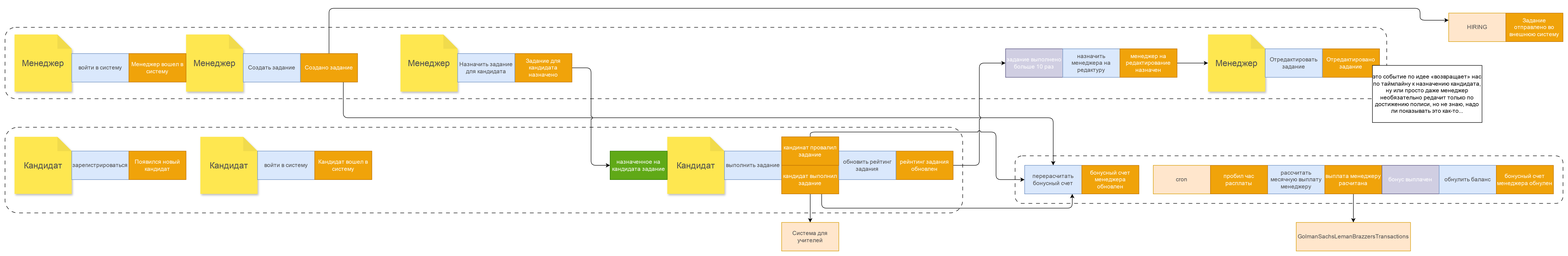
teddybear/course_system_communications keeps this draw.io diagram as 1/es1.drawio.png. Above is the earlier version. Source tidied: cells renumbered, new cells last; positions are measured from the earlier drawing's top-left corner, leaving out a move shared by most shapes.
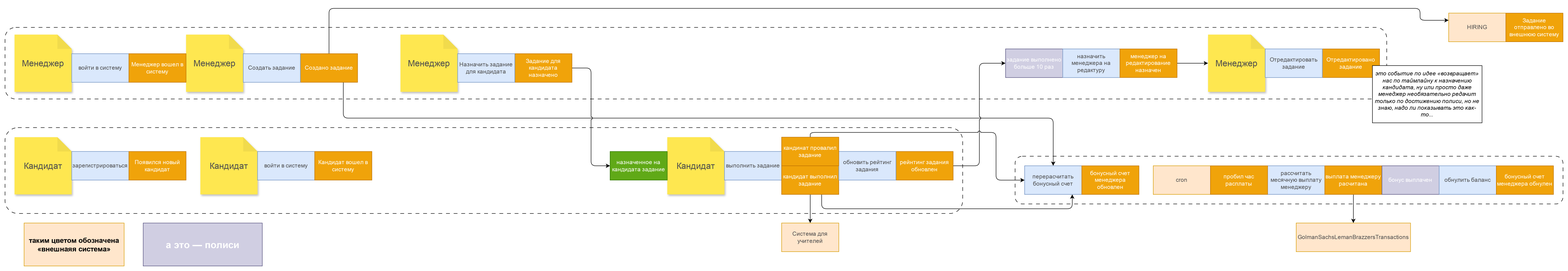
The same diagram one commit later.

The edit, as a diff of the source:
```diff
@@ -171,7 +171,7 @@
     <mxCell id="50" value="кандинат провалил задание" style="rounded=0;whiteSpace=wrap;html=1;fillColor=#f0a30a;strokeColor=#BD7000;fontColor=#ffffff;" parent="1" vertex="1">
       <mxGeometry x="1630" y="270" width="120" height="60" as="geometry" />
     </mxCell>
-    <mxCell id="51" value="это событие по идее «возвращает» нас по таймлайну к назначению кандидата, ну или просто даже менеджер необязательно редачит только по достижению полиси, но не знаю, надо ли показывать это как-то..." style="rounded=0;whiteSpace=wrap;html=1;" parent="1" vertex="1">
+    <mxCell id="51" value="&lt;i&gt;это событие по идее «возвращает» нас по таймлайну к назначению кандидата, ну или просто даже менеджер необязательно редачит только по достижению полиси, но не знаю, надо ли показывать это как-то...&lt;/i&gt;" style="rounded=0;whiteSpace=wrap;html=1;" parent="1" vertex="1">
       <mxGeometry x="2870" y="120" width="230" height="120" as="geometry" />
     </mxCell>
     <mxCell id="52" value="назначить менеджера на редактуру" style="rounded=0;whiteSpace=wrap;html=1;fillColor=#dae8fc;strokeColor=#6c8ebf;align=center;verticalAlign=middle;fontFamily=Helvetica;fontSize=12;fontColor=#4D4D4D;" parent="1" vertex="1">
@@ -186,5 +186,11 @@
     <mxCell id="55" value="пробил час расплаты" style="rounded=0;whiteSpace=wrap;html=1;fillColor=#f0a30a;strokeColor=#BD7000;fontColor=#ffffff;" parent="1" vertex="1">
       <mxGeometry x="2530" y="330" width="120" height="60" as="geometry" />
     </mxCell>
+    <mxCell id="56" value="&lt;b&gt;&lt;font style=&quot;font-size: 15px;&quot;&gt;таким цветом обозначена «внешнаяя система»&lt;/font&gt;&lt;/b&gt;" style="rounded=0;whiteSpace=wrap;html=1;fillColor=#ffe6cc;strokeColor=#d79b00;" parent="1" vertex="1">
+      <mxGeometry x="40" y="450" width="210" height="90" as="geometry" />
+    </mxCell>
+    <mxCell id="57" value="&lt;font style=&quot;font-size: 20px;&quot;&gt;&lt;b&gt;а это — полиси&lt;/b&gt;&lt;/font&gt;" style="rounded=0;whiteSpace=wrap;html=1;fillColor=#d0cee2;strokeColor=#56517e;align=center;verticalAlign=middle;fontFamily=Helvetica;fontSize=12;fontColor=#ffffff;" parent="1" vertex="1">
+      <mxGeometry x="290" y="450" width="250" height="90" as="geometry" />
+    </mxCell>
   </root>
 </mxGraphModel>
```
